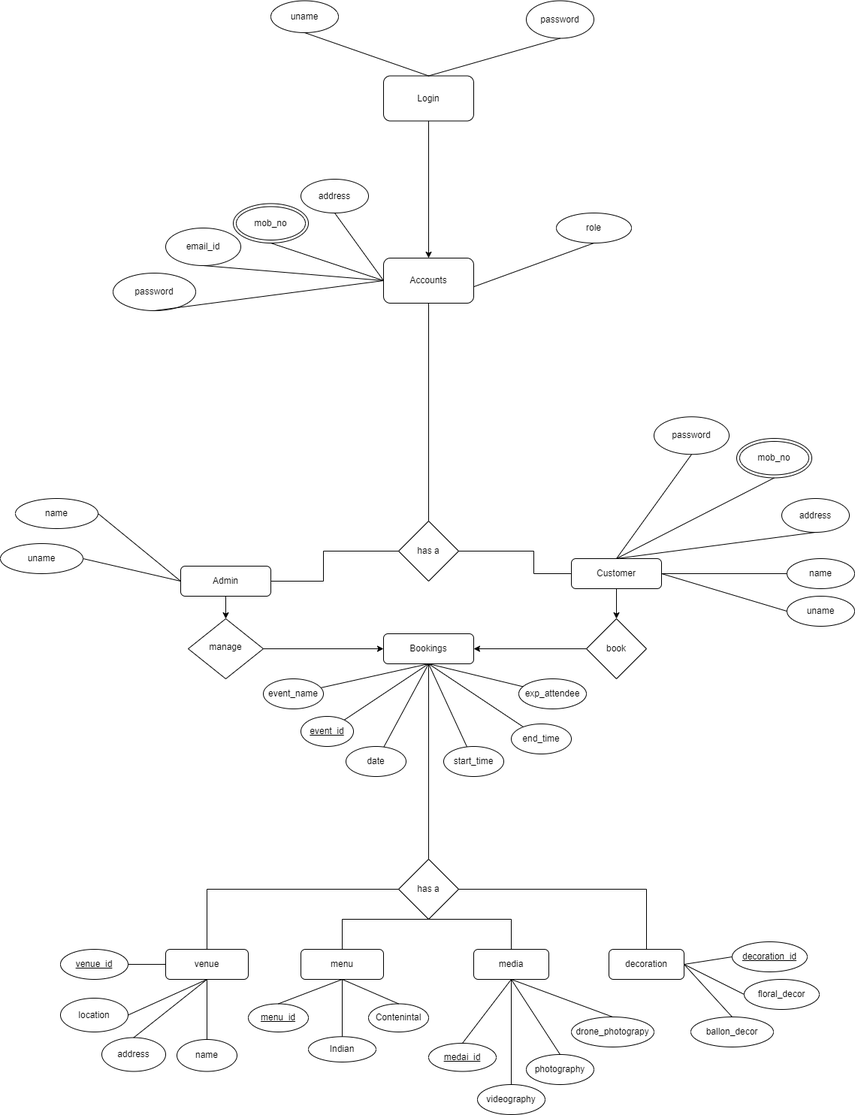
Earlier version of the draw.io export Documentation/ems_er_diagram.png (sumedh-shingade/Event-Management-System). Source tidied: cells renumbered, new cells last; positions are measured from the earlier drawing's top-left corner, leaving out a move shared by most shapes.
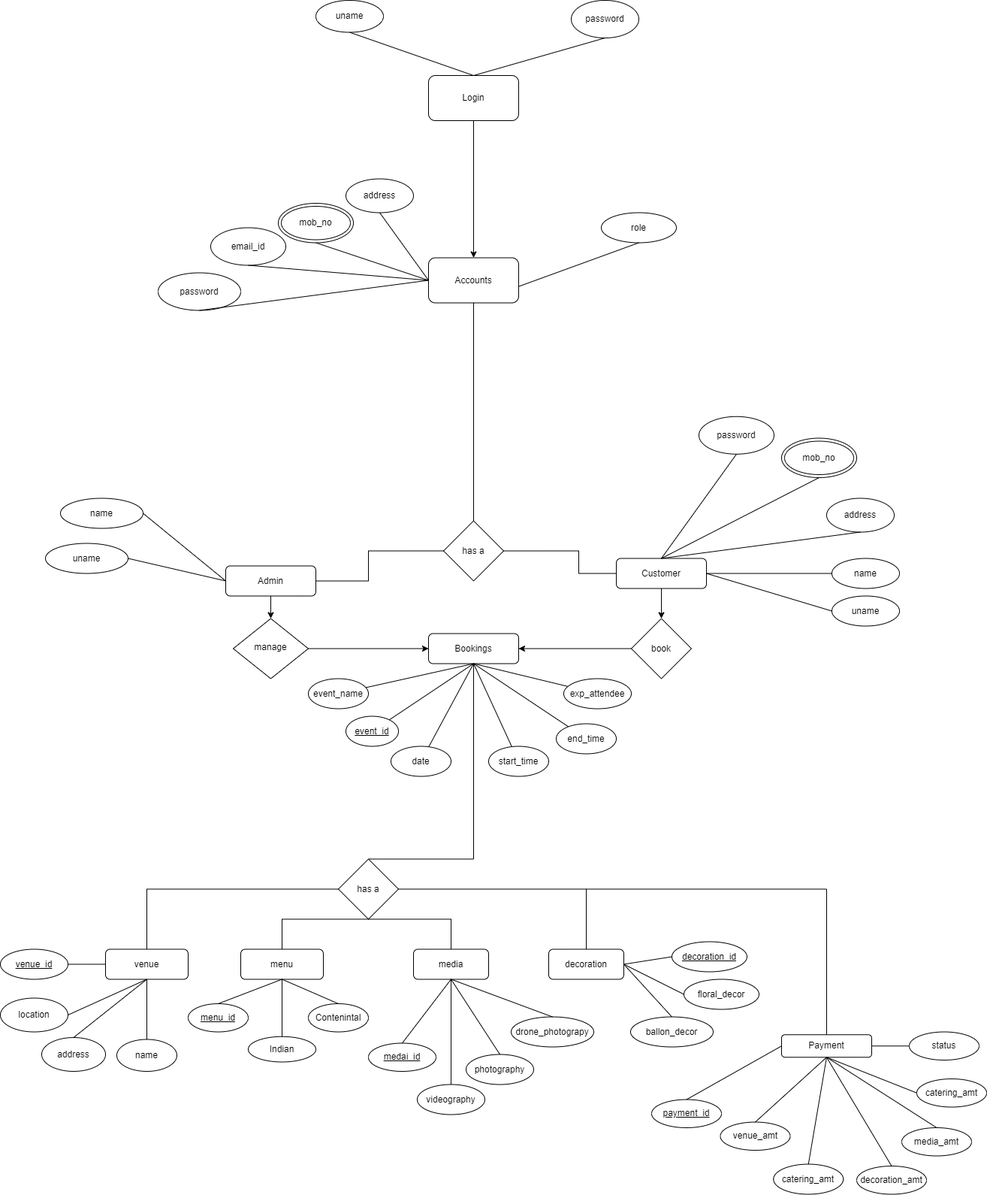
The same file after the commit.

Diff of the diagram source:
```diff
@@ -75,19 +75,19 @@
       <mxGeometry relative="1" as="geometry" />
     </mxCell>
     <mxCell id="26" value="has a" style="rhombus;whiteSpace=wrap;html=1;" parent="1" vertex="1">
-      <mxGeometry x="530" y="1142" width="80" height="80" as="geometry" />
+      <mxGeometry x="390" y="1142" width="80" height="80" as="geometry" />
     </mxCell>
     <mxCell id="27" value="venue" style="rounded=1;whiteSpace=wrap;html=1;" parent="1" vertex="1">
-      <mxGeometry x="220" y="1262" width="110" height="40" as="geometry" />
+      <mxGeometry x="80" y="1262" width="110" height="40" as="geometry" />
     </mxCell>
     <mxCell id="28" value="menu" style="rounded=1;whiteSpace=wrap;html=1;" parent="1" vertex="1">
-      <mxGeometry x="400" y="1262" width="110" height="40" as="geometry" />
+      <mxGeometry x="260" y="1262" width="110" height="40" as="geometry" />
     </mxCell>
     <mxCell id="29" value="media" style="rounded=1;whiteSpace=wrap;html=1;" parent="1" vertex="1">
-      <mxGeometry x="630" y="1262" width="100" height="40" as="geometry" />
+      <mxGeometry x="490" y="1262" width="100" height="40" as="geometry" />
     </mxCell>
     <mxCell id="30" value="decoration" style="rounded=1;whiteSpace=wrap;html=1;" parent="1" vertex="1">
-      <mxGeometry x="810" y="1262" width="100" height="40" as="geometry" />
+      <mxGeometry x="670" y="1262" width="100" height="40" as="geometry" />
     </mxCell>
     <mxCell id="31" value="Login" style="rounded=1;whiteSpace=wrap;html=1;" parent="1" vertex="1">
       <mxGeometry x="510" y="99.5" width="120" height="60" as="geometry" />
@@ -126,42 +126,42 @@
     <mxCell id="39" style="endArrow=none;html=1;rounded=0;entryX=0;entryY=0.5;entryDx=0;entryDy=0;exitX=0.5;exitY=0;exitDx=0;exitDy=0;" parent="1" edge="1" source="27" target="26">
       <mxGeometry relative="1" as="geometry">
         <Array as="points">
-          <mxPoint x="275" y="1182" />
+          <mxPoint x="135" y="1182" />
         </Array>
       </mxGeometry>
     </mxCell>
     <mxCell id="40" style="endArrow=none;html=1;rounded=0;exitX=1;exitY=0.5;exitDx=0;exitDy=0;entryX=0.5;entryY=0;entryDx=0;entryDy=0;" parent="1" edge="1" source="26" target="30">
       <mxGeometry relative="1" as="geometry">
         <Array as="points">
-          <mxPoint x="860" y="1182" />
+          <mxPoint x="720" y="1182" />
         </Array>
       </mxGeometry>
     </mxCell>
     <mxCell id="41" style="endArrow=none;html=1;rounded=0;entryX=0.5;entryY=1;entryDx=0;entryDy=0;exitX=0.5;exitY=0;exitDx=0;exitDy=0;" parent="1" edge="1" source="28" target="26">
       <mxGeometry relative="1" as="geometry">
         <Array as="points">
-          <mxPoint x="455" y="1222" />
+          <mxPoint x="315" y="1222" />
         </Array>
       </mxGeometry>
     </mxCell>
     <mxCell id="42" style="endArrow=none;html=1;rounded=0;exitX=0.5;exitY=1;exitDx=0;exitDy=0;entryX=0.5;entryY=0;entryDx=0;entryDy=0;" parent="1" edge="1" source="26" target="29">
       <mxGeometry relative="1" as="geometry">
         <Array as="points">
-          <mxPoint x="680" y="1222" />
+          <mxPoint x="540" y="1222" />
         </Array>
       </mxGeometry>
     </mxCell>
     <mxCell id="43" value="venue_id" style="ellipse;whiteSpace=wrap;html=1;fontStyle=4;" parent="1" vertex="1">
-      <mxGeometry x="80" y="1262" width="90" height="40" as="geometry" />
+      <mxGeometry x="-60" y="1262" width="90" height="40" as="geometry" />
     </mxCell>
     <mxCell id="44" value="location" style="ellipse;whiteSpace=wrap;html=1;" parent="1" vertex="1">
-      <mxGeometry x="80" y="1327" width="90" height="45" as="geometry" />
+      <mxGeometry x="-60" y="1327" width="90" height="45" as="geometry" />
     </mxCell>
     <mxCell id="45" value="address" style="ellipse;whiteSpace=wrap;html=1;" parent="1" vertex="1">
-      <mxGeometry x="135" y="1379.5" width="85" height="45" as="geometry" />
+      <mxGeometry x="-5" y="1379.5" width="85" height="45" as="geometry" />
     </mxCell>
     <mxCell id="46" value="name" style="ellipse;whiteSpace=wrap;html=1;" parent="1" vertex="1">
-      <mxGeometry x="235" y="1382" width="80" height="42.5" as="geometry" />
+      <mxGeometry x="95" y="1382" width="80" height="42.5" as="geometry" />
     </mxCell>
     <mxCell id="47" style="endArrow=none;html=1;rounded=0;entryX=0;entryY=0.5;entryDx=0;entryDy=0;exitX=1;exitY=0.5;exitDx=0;exitDy=0;" parent="1" edge="1" source="43" target="27">
       <mxGeometry relative="1" as="geometry" />
@@ -176,13 +176,13 @@
       <mxGeometry relative="1" as="geometry" />
     </mxCell>
     <mxCell id="51" value="menu_id" style="ellipse;whiteSpace=wrap;html=1;fontStyle=4;" parent="1" vertex="1">
-      <mxGeometry x="330" y="1334.5" width="80" height="37.5" as="geometry" />
+      <mxGeometry x="190" y="1334.5" width="80" height="37.5" as="geometry" />
     </mxCell>
     <mxCell id="52" value="Indian" style="ellipse;whiteSpace=wrap;html=1;" parent="1" vertex="1">
-      <mxGeometry x="410" y="1378.2" width="90" height="33.8" as="geometry" />
+      <mxGeometry x="270" y="1378.2" width="90" height="33.8" as="geometry" />
     </mxCell>
     <mxCell id="53" value="Contenintal" style="ellipse;whiteSpace=wrap;html=1;" parent="1" vertex="1">
-      <mxGeometry x="490" y="1334.5" width="80" height="37.5" as="geometry" />
+      <mxGeometry x="350" y="1334.5" width="80" height="37.5" as="geometry" />
     </mxCell>
     <mxCell id="54" style="endArrow=none;html=1;rounded=0;entryX=0.5;entryY=1;entryDx=0;entryDy=0;exitX=0.5;exitY=0;exitDx=0;exitDy=0;" parent="1" edge="1" source="51" target="28">
       <mxGeometry relative="1" as="geometry" />
@@ -194,16 +194,16 @@
       <mxGeometry relative="1" as="geometry" />
     </mxCell>
     <mxCell id="57" value="medai_id" style="ellipse;whiteSpace=wrap;html=1;fontStyle=4;" parent="1" vertex="1">
-      <mxGeometry x="570" y="1387" width="90" height="37.5" as="geometry" />
+      <mxGeometry x="430" y="1387" width="90" height="37.5" as="geometry" />
     </mxCell>
     <mxCell id="58" value="videography" style="ellipse;whiteSpace=wrap;html=1;" parent="1" vertex="1">
-      <mxGeometry x="635" y="1442" width="90" height="40" as="geometry" />
+      <mxGeometry x="495" y="1442" width="90" height="40" as="geometry" />
     </mxCell>
     <mxCell id="59" value="photography" style="ellipse;whiteSpace=wrap;html=1;" parent="1" vertex="1">
-      <mxGeometry x="700" y="1402" width="90" height="40" as="geometry" />
+      <mxGeometry x="560" y="1402" width="90" height="40" as="geometry" />
     </mxCell>
     <mxCell id="60" value="drone_photograpy" style="ellipse;whiteSpace=wrap;html=1;" parent="1" vertex="1">
-      <mxGeometry x="760" y="1352" width="110" height="40" as="geometry" />
+      <mxGeometry x="620" y="1352" width="110" height="40" as="geometry" />
     </mxCell>
     <mxCell id="61" style="endArrow=none;html=1;rounded=0;entryX=0.5;entryY=1;entryDx=0;entryDy=0;exitX=0.5;exitY=0;exitDx=0;exitDy=0;" parent="1" edge="1" source="57" target="29">
       <mxGeometry relative="1" as="geometry" />
@@ -218,13 +218,13 @@
       <mxGeometry relative="1" as="geometry" />
     </mxCell>
     <mxCell id="65" value="decoration_id" style="ellipse;whiteSpace=wrap;html=1;fontStyle=4;" parent="1" vertex="1">
-      <mxGeometry x="974" y="1252" width="100" height="40" as="geometry" />
+      <mxGeometry x="834" y="1252" width="100" height="40" as="geometry" />
     </mxCell>
     <mxCell id="66" value="floral_decor" style="ellipse;whiteSpace=wrap;html=1;" parent="1" vertex="1">
-      <mxGeometry x="990" y="1302" width="100" height="40" as="geometry" />
+      <mxGeometry x="850" y="1302" width="100" height="40" as="geometry" />
     </mxCell>
     <mxCell id="67" value="ballon_decor" style="ellipse;whiteSpace=wrap;html=1;" parent="1" vertex="1">
-      <mxGeometry x="919" y="1352" width="110" height="40" as="geometry" />
+      <mxGeometry x="779" y="1352" width="110" height="40" as="geometry" />
     </mxCell>
     <mxCell id="68" style="endArrow=none;html=1;rounded=0;entryX=1;entryY=0.5;entryDx=0;entryDy=0;exitX=0;exitY=0.5;exitDx=0;exitDy=0;" parent="1" edge="1" source="65" target="30">
       <mxGeometry relative="1" as="geometry" />
@@ -314,5 +314,66 @@
     <mxCell id="95" value="end_time" style="ellipse;whiteSpace=wrap;html=1;" parent="1" vertex="1">
       <mxGeometry x="680" y="962" width="80" height="40" as="geometry" />
     </mxCell>
+    <mxCell id="96" style="endArrow=none;html=1;rounded=0;" parent="1" edge="1">
+      <mxGeometry relative="1" as="geometry">
+        <mxPoint x="720" y="1182" as="sourcePoint" />
+        <mxPoint x="1040" y="1182" as="targetPoint" />
+      </mxGeometry>
+    </mxCell>
+    <mxCell id="97" value="Payment" style="rounded=1;whiteSpace=wrap;html=1;" parent="1" vertex="1">
+      <mxGeometry x="980" y="1375.8" width="120" height="30" as="geometry" />
+    </mxCell>
+    <mxCell id="98" style="endArrow=none;html=1;rounded=0;exitX=0.5;exitY=0;exitDx=0;exitDy=0;" parent="1" edge="1" source="97">
+      <mxGeometry relative="1" as="geometry">
+        <mxPoint x="1040" y="1182" as="targetPoint" />
+      </mxGeometry>
+    </mxCell>
+    <mxCell id="99" value="payment_id" style="ellipse;whiteSpace=wrap;html=1;fontStyle=4;" parent="1" vertex="1">
+      <mxGeometry x="807" y="1462" width="93" height="37.5" as="geometry" />
+    </mxCell>
+    <mxCell id="100" style="endArrow=none;html=1;rounded=0;entryX=0;entryY=0.5;entryDx=0;entryDy=0;exitX=0.5;exitY=0;exitDx=0;exitDy=0;" parent="1" edge="1" source="99" target="97">
+      <mxGeometry relative="1" as="geometry" />
+    </mxCell>
+    <mxCell id="101" value="status" style="ellipse;whiteSpace=wrap;html=1;fontStyle=0;" parent="1" vertex="1">
+      <mxGeometry x="1150" y="1372" width="93" height="37.5" as="geometry" />
+    </mxCell>
+    <mxCell id="102" style="endArrow=none;html=1;rounded=0;entryX=1;entryY=0.5;entryDx=0;entryDy=0;exitX=0;exitY=0.5;exitDx=0;exitDy=0;" parent="1" edge="1" source="101" target="97">
+      <mxGeometry relative="1" as="geometry" />
+    </mxCell>
+    <mxCell id="103" value="venue_amt" style="ellipse;whiteSpace=wrap;html=1;fontStyle=0;" parent="1" vertex="1">
+      <mxGeometry x="898.5" y="1492" width="93" height="37.5" as="geometry" />
+    </mxCell>
+    <mxCell id="104" style="endArrow=none;html=1;rounded=0;exitX=0.5;exitY=0;exitDx=0;exitDy=0;entryX=0.5;entryY=1;entryDx=0;entryDy=0;" parent="1" edge="1" source="103" target="97">
+      <mxGeometry relative="1" as="geometry" />
+    </mxCell>
+    <mxCell id="105" value="catering_amt" style="ellipse;whiteSpace=wrap;html=1;fontStyle=0;" parent="1" vertex="1">
+      <mxGeometry x="1160" y="1434.5" width="93" height="37.5" as="geometry" />
+    </mxCell>
+    <mxCell id="106" style="endArrow=none;html=1;rounded=0;exitX=0;exitY=0.5;exitDx=0;exitDy=0;entryX=0.5;entryY=1;entryDx=0;entryDy=0;" parent="1" edge="1" source="105" target="97">
+      <mxGeometry relative="1" as="geometry" />
+    </mxCell>
+    <mxCell id="107" value="catering_amt" style="ellipse;whiteSpace=wrap;html=1;fontStyle=0;" parent="1" vertex="1">
+      <mxGeometry x="969.2" y="1548" width="93" height="40" as="geometry" />
+    </mxCell>
+    <mxCell id="108" style="endArrow=none;html=1;rounded=0;exitX=0.5;exitY=0;exitDx=0;exitDy=0;entryX=0.5;entryY=1;entryDx=0;entryDy=0;" parent="1" edge="1" source="107" target="97">
+      <mxGeometry relative="1" as="geometry" />
+    </mxCell>
+    <mxCell id="109" value="decoration_amt" style="ellipse;whiteSpace=wrap;html=1;fontStyle=0;" parent="1" vertex="1">
+      <mxGeometry x="1080" y="1550.5" width="93" height="37.5" as="geometry" />
+    </mxCell>
+    <mxCell id="110" style="endArrow=none;html=1;rounded=0;exitX=0.5;exitY=0;exitDx=0;exitDy=0;entryX=0.5;entryY=1;entryDx=0;entryDy=0;" parent="1" edge="1" source="109" target="97">
+      <mxGeometry relative="1" as="geometry" />
+    </mxCell>
+    <mxCell id="111" value="media_amt" style="ellipse;whiteSpace=wrap;html=1;fontStyle=0;" parent="1" vertex="1">
+      <mxGeometry x="1140" y="1499.5" width="93" height="37.5" as="geometry" />
+    </mxCell>
+    <mxCell id="112" style="endArrow=none;html=1;rounded=0;exitX=0.5;exitY=0;exitDx=0;exitDy=0;entryX=0.5;entryY=1;entryDx=0;entryDy=0;" parent="1" edge="1" source="111" target="97">
+      <mxGeometry relative="1" as="geometry" />
+    </mxCell>
+    <mxCell id="113" style="endArrow=none;html=1;rounded=0;exitX=0.5;exitY=0;exitDx=0;exitDy=0;" parent="1" edge="1" source="26">
+      <mxGeometry relative="1" as="geometry">
+        <mxPoint x="570" y="1142" as="targetPoint" />
+      </mxGeometry>
+    </mxCell>
   </root>
 </mxGraphModel>
```
